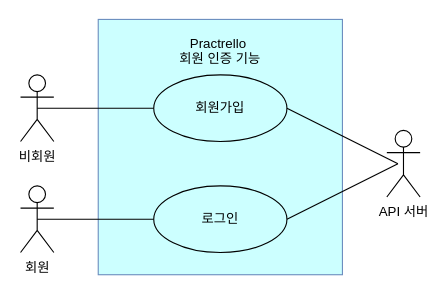
Before: page "페이지-2" (2 of 4) of 제목 없는 다이어그램.drawio in jakeone722/TIL, a draw.io diagram. Source tidied: cells renumbered, new cells numbered last; positions are measured from the earlier drawing's top-left corner, leaving out a move shared by most shapes. Both pictures are drawn from the tidied source at 111%, with x=0, y=0 at pixel (20, 19).
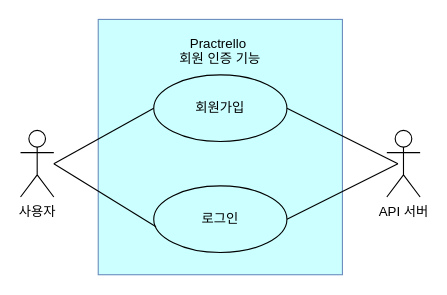
Above is the later version.

Diff of the diagram source:
```diff
@@
 <mxGraphModel>
   <root>
     <mxCell id="0" />
     <mxCell id="1" parent="0" />
     <mxCell id="2" value="Practrello&amp;nbsp;&lt;br&gt;회원 인증 기능&lt;br&gt;&lt;br&gt;&lt;br&gt;&lt;br&gt;&lt;br&gt;&lt;br&gt;&lt;br&gt;&lt;br&gt;&lt;br&gt;&lt;br&gt;&lt;br&gt;&lt;br&gt;&lt;br&gt;" style="rounded=0;whiteSpace=wrap;html=1;fillColor=#CCFFFF;strokeColor=#6c8ebf;" parent="1" vertex="1">
       <mxGeometry x="70" width="220" height="230" as="geometry" />
     </mxCell>
-    <mxCell id="3" value="비회원" style="shape=umlActor;verticalLabelPosition=bottom;verticalAlign=top;html=1;outlineConnect=0;" parent="1" vertex="1">
-      <mxGeometry y="50" width="30" height="60" as="geometry" />
-    </mxCell>
     <mxCell id="4" value="회원가입" style="ellipse;whiteSpace=wrap;html=1;verticalAlign=middle;fillColor=#CCFFFF;" parent="1" vertex="1">
       <mxGeometry x="120" y="50" width="120" height="60" as="geometry" />
     </mxCell>
     <mxCell id="5" value="로그인" style="ellipse;whiteSpace=wrap;html=1;verticalAlign=middle;fillColor=#CCFFFF;" parent="1" vertex="1">
       <mxGeometry x="120" y="150" width="120" height="60" as="geometry" />
     </mxCell>
     <mxCell id="6" value="API 서버" style="shape=umlActor;verticalLabelPosition=bottom;verticalAlign=top;html=1;" parent="1" vertex="1">
       <mxGeometry x="330" y="100" width="30" height="60" as="geometry" />
     </mxCell>
-    <mxCell id="7" style="endArrow=none;html=1;rounded=0;entryX=0;entryY=0.5;entryDx=0;entryDy=0;exitX=0.5;exitY=0.5;exitDx=0;exitDy=0;exitPerimeter=0;" parent="1" edge="1" source="10" target="5">
-      <mxGeometry relative="1" as="geometry" />
-    </mxCell>
     <mxCell id="8" style="endArrow=none;html=1;rounded=0;entryX=0;entryY=0.5;entryDx=0;entryDy=0;" parent="1" edge="1">
       <mxGeometry relative="1" as="geometry">
         <mxPoint x="340" y="130" as="sourcePoint" />
         <mxPoint x="240" y="180" as="targetPoint" />
       </mxGeometry>
     </mxCell>
     <mxCell id="9" style="endArrow=none;html=1;rounded=0;entryX=0;entryY=0.5;entryDx=0;entryDy=0;" parent="1" edge="1">
       <mxGeometry relative="1" as="geometry">
         <mxPoint x="340" y="130" as="sourcePoint" />
         <mxPoint x="240" y="80" as="targetPoint" />
         <Array as="points">
           <mxPoint x="340" y="130" />
         </Array>
       </mxGeometry>
     </mxCell>
-    <mxCell id="10" value="회원" style="shape=umlActor;verticalLabelPosition=bottom;verticalAlign=top;html=1;outlineConnect=0;" parent="1" vertex="1">
-      <mxGeometry y="150" width="30" height="60" as="geometry" />
-    </mxCell>
-    <mxCell id="11" style="endArrow=none;html=1;rounded=0;entryX=0;entryY=0.5;entryDx=0;entryDy=0;exitX=0.5;exitY=0.5;exitDx=0;exitDy=0;exitPerimeter=0;" parent="1" edge="1" source="3" target="4">
-      <mxGeometry relative="1" as="geometry" />
-    </mxCell>
+    <mxCell id="12" value="사용자&lt;br&gt;" style="shape=umlActor;verticalLabelPosition=bottom;verticalAlign=top;html=1;" parent="1" vertex="1">
+      <mxGeometry y="100" width="30" height="60" as="geometry" />
+    </mxCell>
+    <mxCell id="13" style="endArrow=none;html=1;rounded=0;exitX=0.017;exitY=0.614;exitDx=0;exitDy=0;exitPerimeter=0;" parent="1" edge="1" source="5">
+      <mxGeometry relative="1" as="geometry">
+        <mxPoint x="30" y="130" as="targetPoint" />
+      </mxGeometry>
+    </mxCell>
+    <mxCell id="14" style="endArrow=none;html=1;rounded=0;exitX=0;exitY=0.5;exitDx=0;exitDy=0;" parent="1" edge="1" source="4">
+      <mxGeometry relative="1" as="geometry">
+        <mxPoint x="30" y="130" as="targetPoint" />
+      </mxGeometry>
+    </mxCell>
   </root>
 </mxGraphModel>
```
